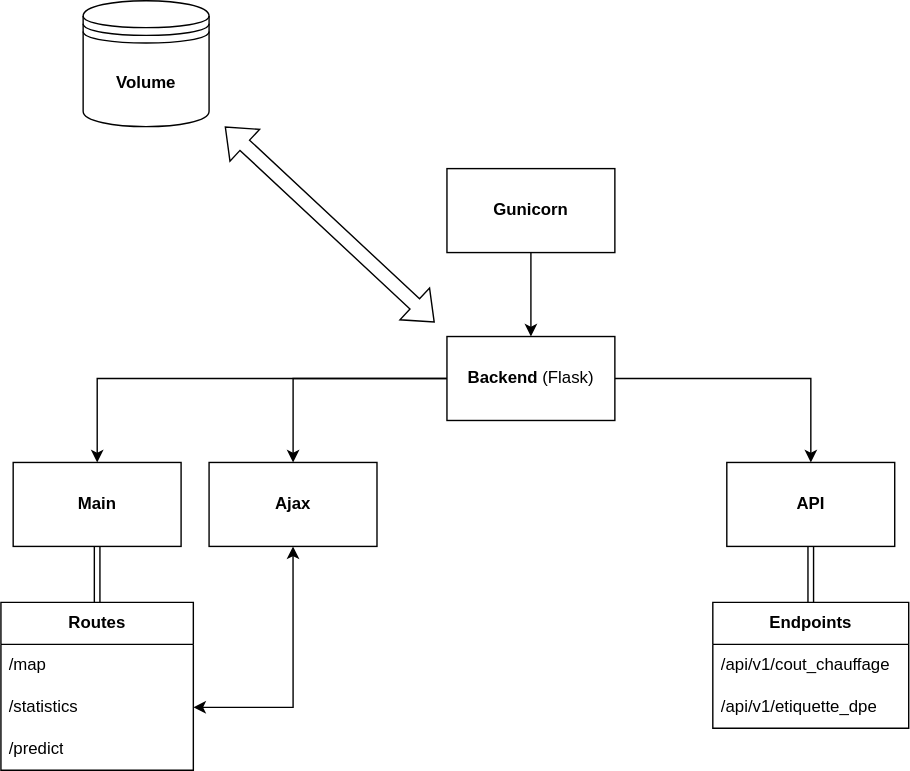
Before: documentations/Schema Architercture.svg, a diagram exported from draw.io (marinoo3/m2_enedis). Source tidied: cells renumbered, new cells last; positions are measured from the earlier drawing's top-left corner, leaving out a move shared by most shapes.
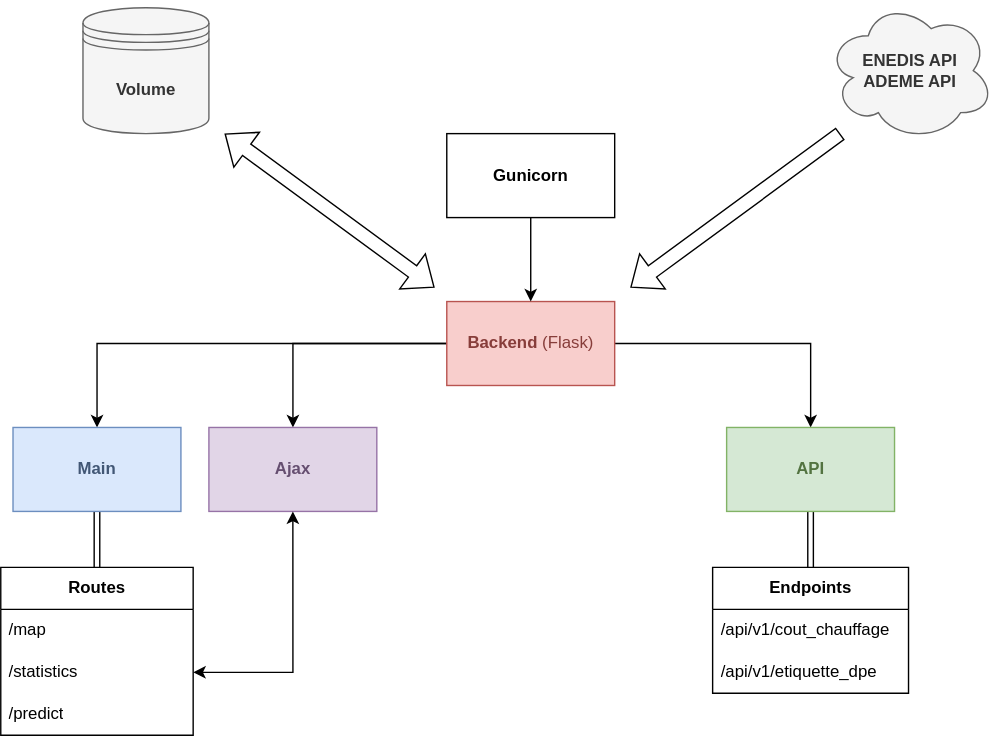
Above is the later version.

Change to the diagram source:
```diff
@@ -11,22 +11,22 @@
     <mxCell id="4" style="edgeStyle=orthogonalEdgeStyle;rounded=0;jettySize=auto;html=1;" parent="1" edge="1" source="5" target="10">
       <mxGeometry relative="1" as="geometry" />
     </mxCell>
-    <mxCell id="5" value="&lt;b&gt;Backend&lt;/b&gt; (Flask)" style="rounded=0;whiteSpace=wrap;html=1;" parent="1" vertex="1">
+    <mxCell id="5" value="&lt;font style=&quot;color: rgb(135, 61, 58);&quot;&gt;&lt;b style=&quot;&quot;&gt;Backend&lt;/b&gt; (Flask)&lt;/font&gt;" style="rounded=0;whiteSpace=wrap;html=1;fillColor=#f8cecc;strokeColor=#b85450;" parent="1" vertex="1">
       <mxGeometry x="318.8" y="240" width="120" height="60" as="geometry" />
     </mxCell>
     <mxCell id="6" style="edgeStyle=orthogonalEdgeStyle;rounded=0;jettySize=auto;html=1;shape=link;entryX=0.5;entryY=0;entryDx=0;entryDy=0;" parent="1" edge="1" source="7" target="14">
       <mxGeometry relative="1" as="geometry" />
     </mxCell>
-    <mxCell id="7" value="&lt;b&gt;Main&lt;/b&gt;" style="rounded=0;whiteSpace=wrap;html=1;" parent="1" vertex="1">
+    <mxCell id="7" value="&lt;b&gt;&lt;font style=&quot;color: rgb(66, 87, 117);&quot;&gt;Main&lt;/font&gt;&lt;/b&gt;" style="rounded=0;whiteSpace=wrap;html=1;fillColor=#dae8fc;strokeColor=#6c8ebf;" parent="1" vertex="1">
       <mxGeometry x="8.8" y="330" width="120" height="60" as="geometry" />
     </mxCell>
-    <mxCell id="8" value="&lt;b&gt;Ajax&lt;/b&gt;" style="rounded=0;whiteSpace=wrap;html=1;" parent="1" vertex="1">
+    <mxCell id="8" value="&lt;b&gt;&lt;font style=&quot;color: rgb(101, 78, 112);&quot;&gt;Ajax&lt;/font&gt;&lt;/b&gt;" style="rounded=0;whiteSpace=wrap;html=1;fillColor=#e1d5e7;strokeColor=#9673a6;" parent="1" vertex="1">
       <mxGeometry x="148.8" y="330" width="120" height="60" as="geometry" />
     </mxCell>
     <mxCell id="9" style="edgeStyle=orthogonalEdgeStyle;rounded=0;jettySize=auto;html=1;shape=link;entryX=0.5;entryY=0;entryDx=0;entryDy=0;" parent="1" edge="1" source="10" target="18">
       <mxGeometry relative="1" as="geometry" />
     </mxCell>
-    <mxCell id="10" value="&lt;b&gt;API&lt;/b&gt;" style="rounded=0;whiteSpace=wrap;html=1;" parent="1" vertex="1">
+    <mxCell id="10" value="&lt;b&gt;&lt;font style=&quot;color: rgb(83, 115, 65);&quot;&gt;API&lt;/font&gt;&lt;/b&gt;" style="rounded=0;whiteSpace=wrap;html=1;fillColor=#d5e8d4;strokeColor=#82b366;" parent="1" vertex="1">
       <mxGeometry x="518.8" y="330" width="120" height="60" as="geometry" />
     </mxCell>
     <mxCell id="11" style="endArrow=classic;html=1;rounded=0;exitX=1;exitY=0.5;exitDx=0;exitDy=0;entryX=0.5;entryY=1;entryDx=0;entryDy=0;edgeStyle=orthogonalEdgeStyle;startArrow=classic;startFill=1;" parent="1" edge="1" source="16" target="8">
@@ -59,14 +59,23 @@
     <mxCell id="20" value="/api/v1/etiquette_dpe" style="text;strokeColor=none;fillColor=none;align=left;verticalAlign=middle;spacingLeft=4;spacingRight=4;overflow=hidden;whiteSpace=wrap;html=1;" parent="18" vertex="1">
       <mxGeometry y="60" width="140" height="30" as="geometry" />
     </mxCell>
-    <mxCell id="21" value="&lt;b&gt;Volume&lt;/b&gt;" style="shape=datastore;whiteSpace=wrap;html=1;" parent="1" vertex="1">
-      <mxGeometry x="58.8" width="90" height="90" as="geometry" />
+    <mxCell id="21" value="&lt;b&gt;Volume&lt;/b&gt;" style="shape=datastore;whiteSpace=wrap;html=1;fillColor=#f5f5f5;fontColor=#333333;strokeColor=#666666;" parent="1" vertex="1">
+      <mxGeometry x="58.8" y="30" width="90" height="90" as="geometry" />
     </mxCell>
     <mxCell id="22" style="shape=flexArrow;endArrow=classic;startArrow=classic;html=1;rounded=0;" parent="1" edge="1">
       <mxGeometry relative="1" as="geometry">
         <mxPoint x="310" y="230" as="sourcePoint" />
-        <mxPoint x="160" y="90" as="targetPoint" />
+        <mxPoint x="160" y="120" as="targetPoint" />
       </mxGeometry>
     </mxCell>
+    <mxCell id="23" value="&lt;b&gt;ENEDIS API&lt;/b&gt;&lt;div&gt;&lt;b&gt;ADEME API&lt;/b&gt;&lt;/div&gt;" style="ellipse;shape=cloud;whiteSpace=wrap;html=1;fillColor=#f5f5f5;fontColor=#333333;strokeColor=#666666;" parent="1" vertex="1">
+      <mxGeometry x="590" y="25" width="120" height="100" as="geometry" />
+    </mxCell>
+    <mxCell id="24" style="shape=flexArrow;endArrow=classic;startArrow=none;html=1;rounded=0;startFill=0;" parent="1" edge="1">
+      <mxGeometry relative="1" as="geometry">
+        <mxPoint x="600" y="120" as="sourcePoint" />
+        <mxPoint x="450" y="230" as="targetPoint" />
+      </mxGeometry>
+    </mxCell>
   </root>
 </mxGraphModel>
```
